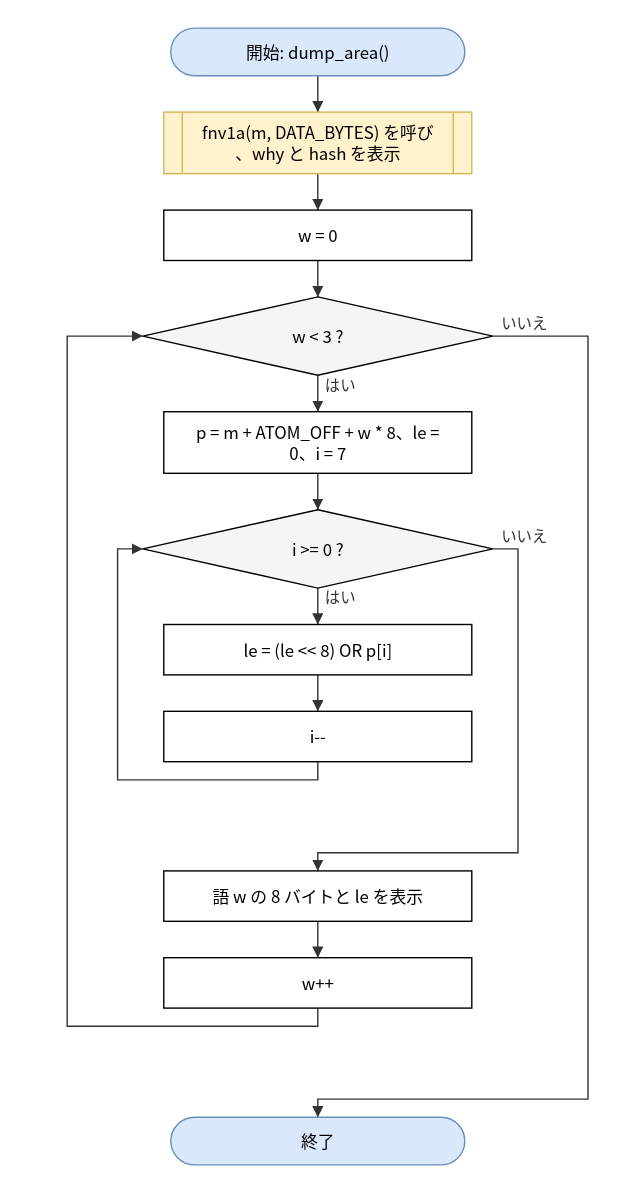
Earlier version of the draw.io export doc/spec/images/flow_test_bfm_test-dump_area.drawio.svg (hf355051012-ai/bfmem). Source tidied: cells renumbered, new cells last; positions are measured from the earlier drawing's top-left corner, leaving out a move shared by most shapes.
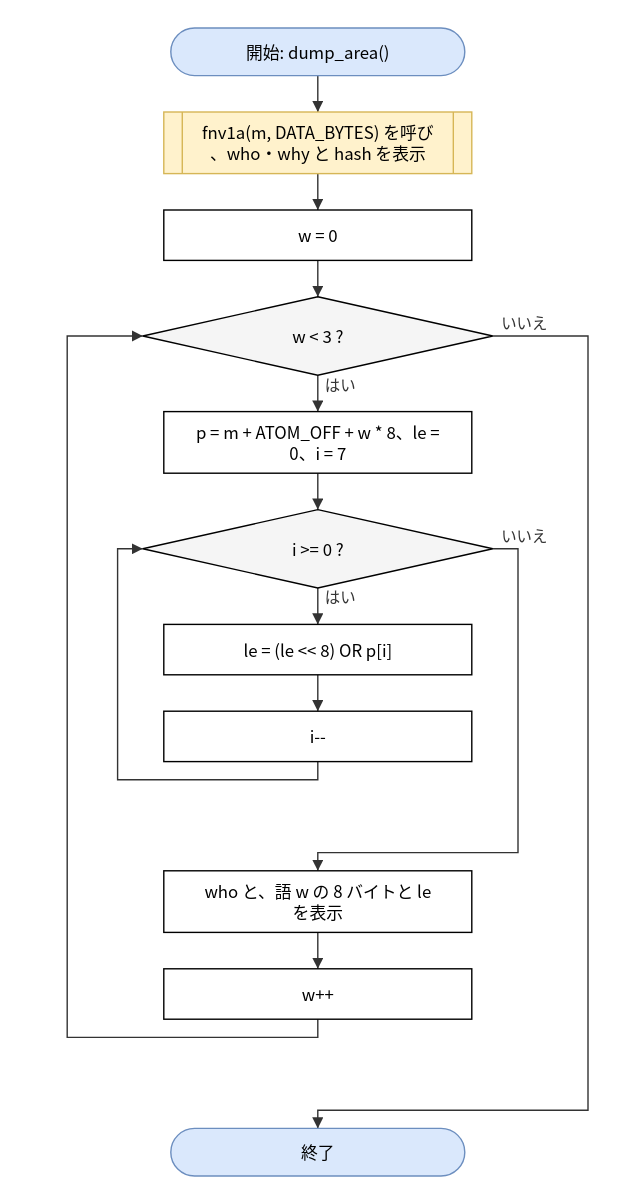
Above is the later version.

The edit, as a diff of the source:
```diff
@@ -5,7 +5,7 @@
     <mxCell id="2" value="開始: dump_area()" style="rounded=1;arcSize=50;whiteSpace=wrap;html=1;fillColor=#dae8fc;strokeColor=#6c8ebf;" parent="1" vertex="1">
       <mxGeometry x="74" width="210" height="34" as="geometry" />
     </mxCell>
-    <mxCell id="3" value="fnv1a(m, DATA_BYTES) を呼び&lt;br&gt;、why と hash を表示" style="shape=process;whiteSpace=wrap;html=1;backgroundOutline=1;size=0.06;fillColor=#fff2cc;strokeColor=#d6b656;" parent="1" vertex="1">
+    <mxCell id="3" value="fnv1a(m, DATA_BYTES) を呼び&lt;br&gt;、who・why と hash を表示" style="shape=process;whiteSpace=wrap;html=1;backgroundOutline=1;size=0.06;fillColor=#fff2cc;strokeColor=#d6b656;" parent="1" vertex="1">
       <mxGeometry x="69" y="60" width="220" height="44" as="geometry" />
     </mxCell>
     <mxCell id="4" value="w = 0" style="rounded=0;whiteSpace=wrap;html=1;" parent="1" vertex="1">
@@ -26,14 +26,14 @@
     <mxCell id="9" value="i--" style="rounded=0;whiteSpace=wrap;html=1;" parent="1" vertex="1">
       <mxGeometry x="69" y="488" width="220" height="36" as="geometry" />
     </mxCell>
-    <mxCell id="10" value="語 w の 8 バイトと le を表示" style="rounded=0;whiteSpace=wrap;html=1;" parent="1" vertex="1">
-      <mxGeometry x="69" y="602" width="220" height="36" as="geometry" />
+    <mxCell id="10" value="who と、語 w の 8 バイトと le&lt;br&gt;を表示" style="rounded=0;whiteSpace=wrap;html=1;" parent="1" vertex="1">
+      <mxGeometry x="69" y="602" width="220" height="44" as="geometry" />
     </mxCell>
     <mxCell id="11" value="w++" style="rounded=0;whiteSpace=wrap;html=1;" parent="1" vertex="1">
-      <mxGeometry x="69" y="664" width="220" height="36" as="geometry" />
+      <mxGeometry x="69" y="672" width="220" height="36" as="geometry" />
     </mxCell>
     <mxCell id="12" value="終了" style="rounded=1;arcSize=50;whiteSpace=wrap;html=1;fillColor=#dae8fc;strokeColor=#6c8ebf;" parent="1" vertex="1">
-      <mxGeometry x="74" y="778" width="210" height="34" as="geometry" />
+      <mxGeometry x="74" y="786" width="210" height="34" as="geometry" />
     </mxCell>
     <mxCell id="13" style="edgeStyle=none;html=1;rounded=0;endArrow=block;endFill=1;exitX=0.5000;exitY=1.0000;exitDx=0;exitDy=0;exitPerimeter=0;entryX=0.5000;entryY=0.0000;entryDx=0;entryDy=0;entryPerimeter=0;" parent="1" edge="1" source="2" target="3">
       <mxGeometry relative="1" as="geometry" />
@@ -80,8 +80,8 @@
     <mxCell id="23" style="edgeStyle=none;html=1;rounded=0;endArrow=block;endFill=1;exitX=0.5000;exitY=1.0000;exitDx=0;exitDy=0;exitPerimeter=0;entryX=0.0000;entryY=0.5000;entryDx=0;entryDy=0;entryPerimeter=0;" parent="1" edge="1" source="11" target="5">
       <mxGeometry relative="1" as="geometry">
         <Array as="points">
-          <mxPoint x="179" y="713" />
-          <mxPoint y="713" />
+          <mxPoint x="179" y="721" />
+          <mxPoint y="721" />
           <mxPoint y="220" />
         </Array>
       </mxGeometry>
@@ -90,8 +90,8 @@
       <mxGeometry relative="1" as="geometry">
         <Array as="points">
           <mxPoint x="372" y="220" />
-          <mxPoint x="372" y="765" />
-          <mxPoint x="179" y="765" />
+          <mxPoint x="372" y="773" />
+          <mxPoint x="179" y="773" />
         </Array>
       </mxGeometry>
     </mxCell>
```
